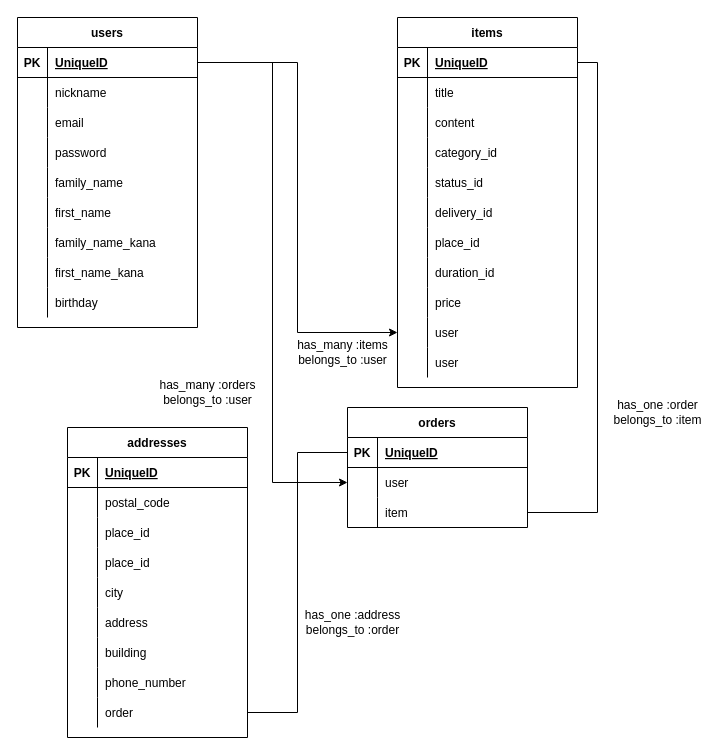
This is er.dio from tokiya-takai/furima-33949, a draw.io file, before an edit. Source tidied: cells renumbered, new cells numbered last; positions are measured from the earlier drawing's top-left corner, leaving out a move shared by most shapes. Both pictures are drawn from the tidied source at 100%, with x=0, y=0 at pixel (17, 17).
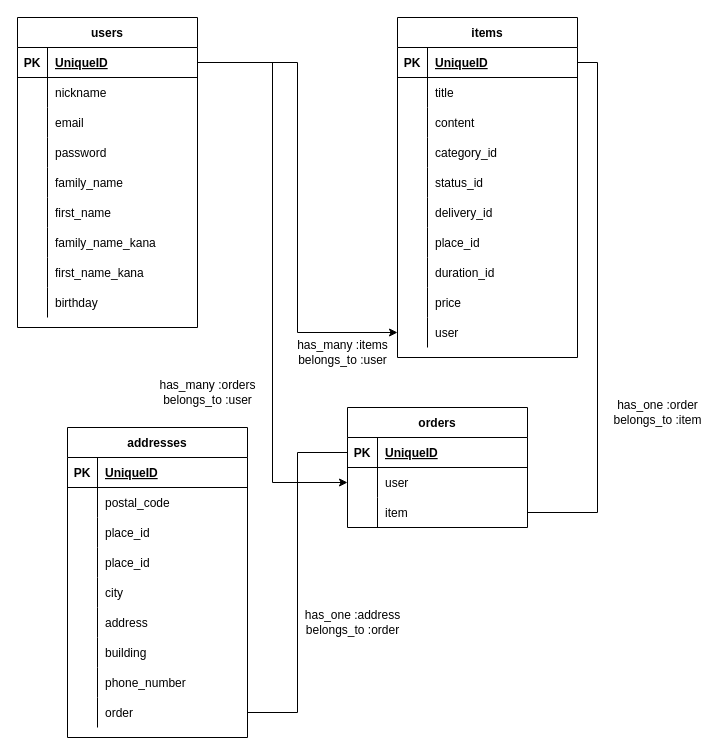
Above is the later version.

What changed in the source:
```diff
@@
     <mxCell id="30" value="items" style="shape=table;startSize=30;childLayout=tableLayout;rowLines=0;fontStyle=1;align=center;" parent="1" vertex="1">
-      <mxGeometry x="380" width="180" height="370" as="geometry" />
+      <mxGeometry x="380" width="180" height="340" as="geometry" />
     </mxCell>
@@
-    <mxCell id="61" style="shape=partialRectangle;fillColor=none;top=0;left=0;bottom=0;right=0;" parent="30" vertex="1">
-      <mxGeometry y="330" width="180" height="30" as="geometry" />
-    </mxCell>
-    <mxCell id="62" style="shape=partialRectangle;fillColor=none;top=0;left=0;bottom=0;right=0;overflow=hidden;" parent="61" vertex="1">
-      <mxGeometry width="30" height="30" as="geometry" />
-    </mxCell>
-    <mxCell id="63" value="user" style="shape=partialRectangle;fillColor=none;top=0;left=0;bottom=0;right=0;align=left;spacingLeft=6;overflow=hidden;" parent="61" vertex="1">
-      <mxGeometry x="30" width="150" height="30" as="geometry" />
-    </mxCell>
```
